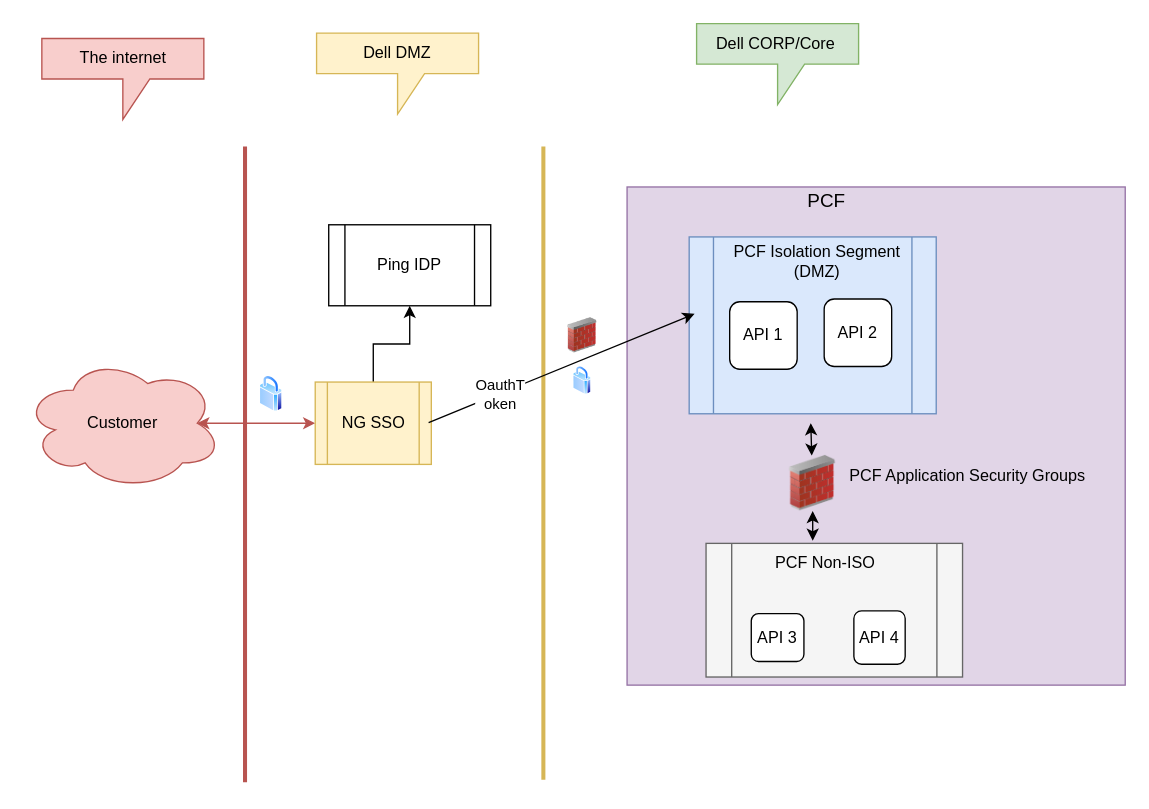
Earlier version of the draw.io diagram NGSSO-PCF-EXT.drawio (rama78/app-config). Source tidied: cells renumbered, new cells numbered last; positions are measured from the earlier drawing's top-left corner, leaving out a move shared by most shapes. Both pictures are drawn from the tidied source at 135%, with x=0, y=0 at pixel (23, 23).
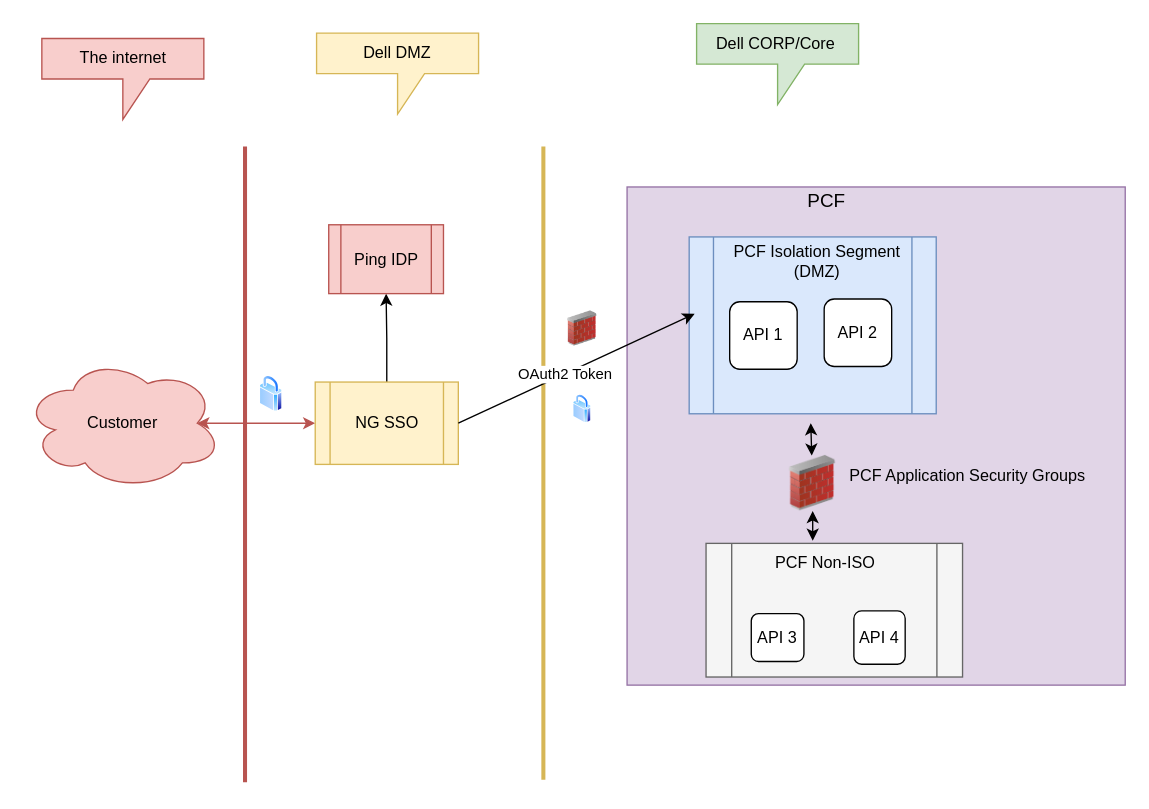
Above is the later version.

The change refers to these unchanged cells:
```xml
<mxCell id="22" style="shape=process;whiteSpace=wrap;html=1;backgroundOutline=1;fillColor=#dae8fc;strokeColor=#6c8ebf;" parent="21" vertex="1">
  <mxGeometry width="183" height="131" as="geometry" />
</mxCell>
```

Diff of the diagram source:
```diff
@@
     <mxCell id="8" value="NG SSO" style="shape=process;whiteSpace=wrap;html=1;backgroundOutline=1;fillColor=#fff2cc;strokeColor=#d6b656;" parent="1" vertex="1">
-      <mxGeometry x="216" y="265.5" width="86" height="61" as="geometry" />
+      <mxGeometry x="216" y="265.5" width="106" height="61" as="geometry" />
     </mxCell>
@@
     <mxCell id="11" style="perimeter=ellipsePerimeter;html=1;align=center;shadow=0;dashed=0;spacingTop=3;image;image=img/lib/active_directory/secure.svg;" parent="1" vertex="1">
-      <mxGeometry x="407.3" y="254" width="13.4" height="21" as="geometry" />
+      <mxGeometry x="407.3" y="275" width="13.4" height="21" as="geometry" />
     </mxCell>
@@
     <mxCell id="19" style="image;html=1;image=img/lib/clip_art/networking/Firewall_02_128x128.png;" parent="1" vertex="1">
-      <mxGeometry x="403" y="187" width="22" height="88" as="geometry" />
+      <mxGeometry x="403" y="209" width="22" height="34" as="geometry" />
     </mxCell>
@@
-    <mxCell id="29" value="Ping IDP" style="shape=process;whiteSpace=wrap;html=1;backgroundOutline=1;" parent="1" vertex="1">
-      <mxGeometry x="226" y="149" width="120" height="60" as="geometry" />
+    <mxCell id="29" value="Ping IDP" style="shape=process;whiteSpace=wrap;html=1;backgroundOutline=1;fillColor=#f8cecc;strokeColor=#b85450;" parent="1" vertex="1">
+      <mxGeometry x="226" y="149" width="85" height="51" as="geometry" />
     </mxCell>
-    <mxCell id="30" style="endArrow=classic;html=1;entryX=0.022;entryY=0.435;entryDx=0;entryDy=0;entryPerimeter=0;" parent="1" edge="1" target="22">
-      <mxGeometry relative="1" as="geometry">
-        <mxPoint x="300" y="295.5" as="sourcePoint" />
-      </mxGeometry>
+    <mxCell id="30" style="endArrow=classic;html=1;entryX=0.022;entryY=0.435;entryDx=0;entryDy=0;entryPerimeter=0;exitX=1;exitY=0.5;exitDx=0;exitDy=0;" parent="1" edge="1" source="8" target="22">
+      <mxGeometry relative="1" as="geometry" />
     </mxCell>
-    <mxCell id="31" value="OauthT&lt;br&gt;oken" style="edgeLabel;html=1;align=center;verticalAlign=middle;" parent="30" vertex="1">
-      <mxGeometry x="0.86" y="-2" relative="1" as="geometry">
-        <mxPoint x="-132" y="52.5" as="offset" />
-      </mxGeometry>
-    </mxCell>
+    <mxCell id="32" value="OAuth2 Token" style="edgeLabel;html=1;align=center;verticalAlign=middle;" parent="30" vertex="1">
+      <mxGeometry x="-0.11" relative="1" as="geometry" />
+    </mxCell>
```
